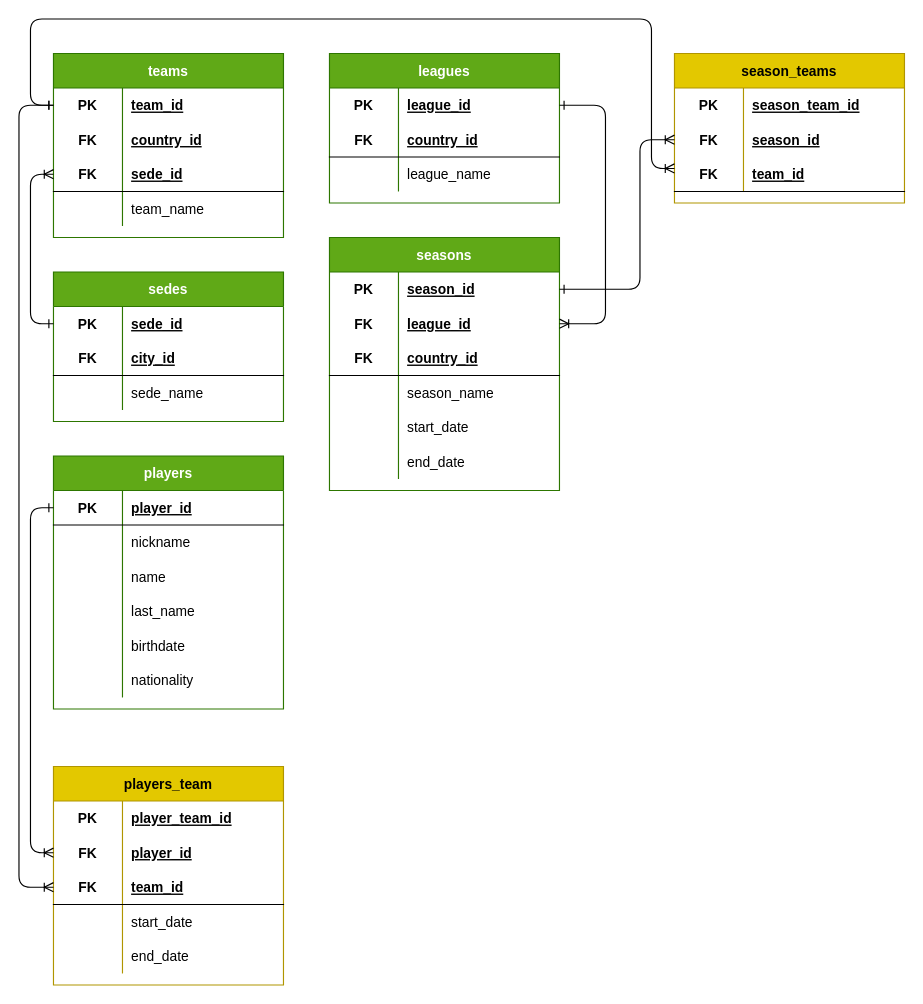
Above: page "model" (2 of 2) of soccer_model.drawio in r3card0/soccer.stats (draw.io), before the change. Source tidied: cells renumbered, new cells numbered last; positions are measured from the earlier drawing's top-left corner, leaving out a move shared by most shapes. Both pictures are drawn from the tidied source at 115%, with x=0, y=0 at pixel (18, 18).
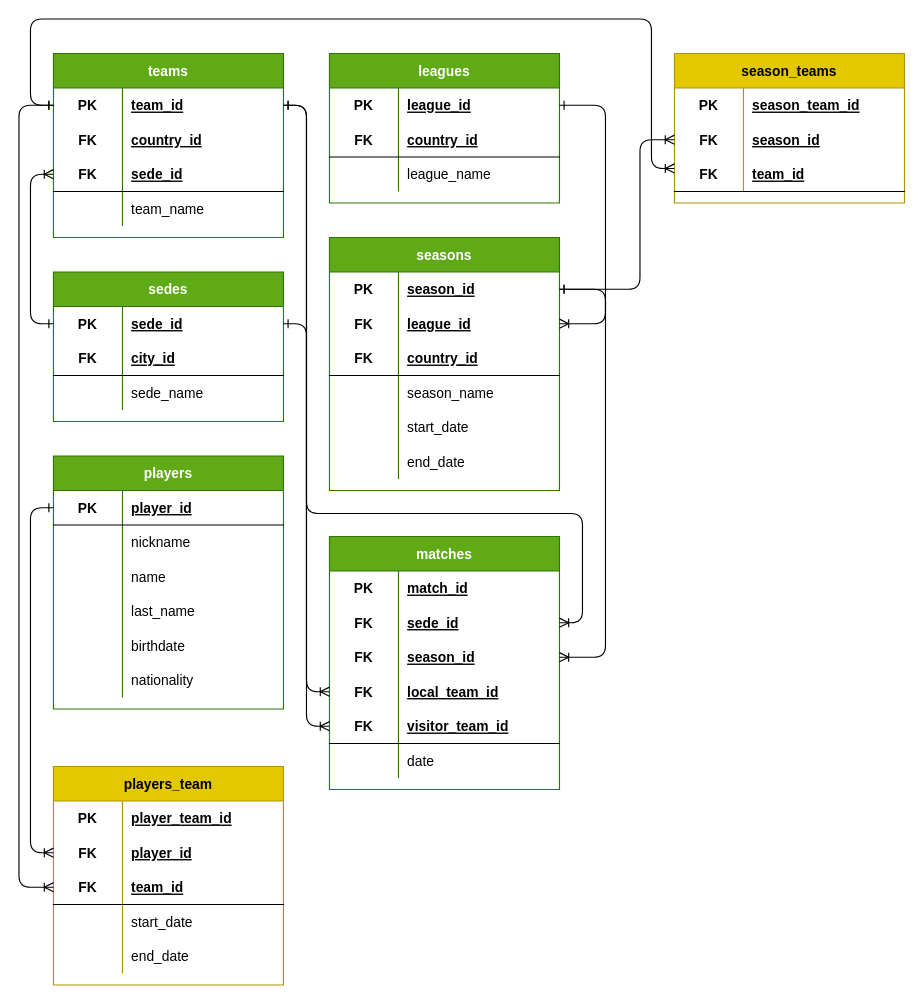
The same diagram, later.

Commit message:
matches model added

Unchanged cells that the change refers to:
```xml
<mxCell id="3" style="shape=partialRectangle;fillColor=none;top=0;left=0;bottom=0;right=0;points=[[0,0.5],[1,0.5]];portConstraint=eastwest;" parent="2" vertex="1">
  <mxGeometry y="30" width="200" height="30" as="geometry" />
</mxCell>
<mxCell id="16" style="shape=partialRectangle;fillColor=none;top=0;left=0;bottom=0;right=0;points=[[0,0.5],[1,0.5]];portConstraint=eastwest;" parent="15" vertex="1">
  <mxGeometry y="30" width="200" height="30" as="geometry" />
</mxCell>
```

Diff of the diagram source:
```diff
@@
+    <mxCell id="105" value="matches" style="shape=table;startSize=30;childLayout=tableLayout;rowLines=0;fontStyle=1;align=center;fillColor=#60a917;fontColor=#ffffff;strokeColor=#2D7600;" parent="1" vertex="1">
+      <mxGeometry x="270" y="450" width="200" height="220" as="geometry" />
+    </mxCell>
+    <mxCell id="106" style="shape=partialRectangle;fillColor=none;top=0;left=0;bottom=0;right=0;" parent="105" vertex="1">
+      <mxGeometry y="30" width="200" height="30" as="geometry" />
+    </mxCell>
+    <mxCell id="107" value="PK" style="shape=partialRectangle;fillColor=none;top=0;left=0;bottom=0;right=0;fontStyle=1;overflow=hidden;" parent="106" vertex="1">
+      <mxGeometry width="60" height="30" as="geometry" />
+    </mxCell>
+    <mxCell id="108" value="match_id" style="shape=partialRectangle;fillColor=none;top=0;left=0;bottom=0;right=0;align=left;spacingLeft=6;fontStyle=5;overflow=hidden;" parent="106" vertex="1">
+      <mxGeometry x="60" width="140" height="30" as="geometry" />
+    </mxCell>
+    <mxCell id="109" style="shape=partialRectangle;fillColor=none;top=0;left=0;bottom=0;right=0;points=[[0,0.5],[1,0.5]];portConstraint=eastwest;" parent="105" vertex="1">
+      <mxGeometry y="60" width="200" height="30" as="geometry" />
+    </mxCell>
+    <mxCell id="110" value="FK" style="shape=partialRectangle;fillColor=none;top=0;left=0;bottom=0;right=0;fontStyle=1;overflow=hidden;" parent="109" vertex="1">
+      <mxGeometry width="60" height="30" as="geometry" />
+    </mxCell>
+    <mxCell id="111" value="sede_id" style="shape=partialRectangle;fillColor=none;top=0;left=0;bottom=0;right=0;align=left;spacingLeft=6;fontStyle=5;overflow=hidden;" parent="109" vertex="1">
+      <mxGeometry x="60" width="140" height="30" as="geometry" />
+    </mxCell>
+    <mxCell id="112" style="shape=partialRectangle;fillColor=none;top=0;left=0;bottom=0;right=0;points=[[0,0.5],[1,0.5]];portConstraint=eastwest;" parent="105" vertex="1">
+      <mxGeometry y="90" width="200" height="30" as="geometry" />
+    </mxCell>
+    <mxCell id="113" value="FK" style="shape=partialRectangle;fillColor=none;top=0;left=0;bottom=0;right=0;fontStyle=1;overflow=hidden;" parent="112" vertex="1">
+      <mxGeometry width="60" height="30" as="geometry" />
+    </mxCell>
+    <mxCell id="114" value="season_id" style="shape=partialRectangle;fillColor=none;top=0;left=0;bottom=0;right=0;align=left;spacingLeft=6;fontStyle=5;overflow=hidden;" parent="112" vertex="1">
+      <mxGeometry x="60" width="140" height="30" as="geometry" />
+    </mxCell>
+    <mxCell id="115" style="shape=partialRectangle;fillColor=none;top=0;left=0;bottom=0;right=0;points=[[0,0.5],[1,0.5]];portConstraint=eastwest;" parent="105" vertex="1">
+      <mxGeometry y="120" width="200" height="30" as="geometry" />
+    </mxCell>
+    <mxCell id="116" value="FK" style="shape=partialRectangle;fillColor=none;top=0;left=0;bottom=0;right=0;fontStyle=1;overflow=hidden;" parent="115" vertex="1">
+      <mxGeometry width="60" height="30" as="geometry" />
+    </mxCell>
+    <mxCell id="117" value="local_team_id" style="shape=partialRectangle;fillColor=none;top=0;left=0;bottom=0;right=0;align=left;spacingLeft=6;fontStyle=5;overflow=hidden;" parent="115" vertex="1">
+      <mxGeometry x="60" width="140" height="30" as="geometry" />
+    </mxCell>
+    <mxCell id="118" style="shape=partialRectangle;fillColor=none;top=0;left=0;bottom=1;right=0;points=[[0,0.5],[1,0.5]];portConstraint=eastwest;" parent="105" vertex="1">
+      <mxGeometry y="150" width="200" height="30" as="geometry" />
+    </mxCell>
+    <mxCell id="119" value="FK" style="shape=partialRectangle;fillColor=none;top=0;left=0;bottom=0;right=0;fontStyle=1;overflow=hidden;" parent="118" vertex="1">
+      <mxGeometry width="60" height="30" as="geometry" />
+    </mxCell>
+    <mxCell id="120" value="visitor_team_id" style="shape=partialRectangle;fillColor=none;top=0;left=0;bottom=0;right=0;align=left;spacingLeft=6;fontStyle=5;overflow=hidden;" parent="118" vertex="1">
+      <mxGeometry x="60" width="140" height="30" as="geometry" />
+    </mxCell>
+    <mxCell id="121" style="shape=partialRectangle;fillColor=none;top=0;left=0;bottom=0;right=0;" parent="105" vertex="1">
+      <mxGeometry y="180" width="200" height="30" as="geometry" />
+    </mxCell>
+    <mxCell id="122" style="shape=partialRectangle;fillColor=none;top=0;left=0;bottom=0;right=0;overflow=hidden;" parent="121" vertex="1">
+      <mxGeometry width="60" height="30" as="geometry" />
+    </mxCell>
+    <mxCell id="123" value="date" style="shape=partialRectangle;fillColor=none;top=0;left=0;bottom=0;right=0;align=left;spacingLeft=6;overflow=hidden;" parent="121" vertex="1">
+      <mxGeometry x="60" width="140" height="30" as="geometry" />
+    </mxCell>
+    <mxCell id="124" style="edgeStyle=none;html=1;startArrow=ERone;startFill=0;endArrow=ERoneToMany;endFill=0;exitX=1;exitY=0.5;exitDx=0;exitDy=0;entryX=1;entryY=0.5;entryDx=0;entryDy=0;" parent="1" edge="1" source="16" target="109">
+      <mxGeometry relative="1" as="geometry">
+        <Array as="points">
+          <mxPoint x="250" y="265" />
+          <mxPoint x="250" y="430" />
+          <mxPoint x="490" y="430" />
+          <mxPoint x="490" y="525" />
+        </Array>
+      </mxGeometry>
+    </mxCell>
+    <mxCell id="125" style="edgeStyle=none;html=1;entryX=1;entryY=0.5;entryDx=0;entryDy=0;startArrow=ERone;startFill=0;endArrow=ERoneToMany;endFill=0;" parent="1" edge="1" target="112">
+      <mxGeometry relative="1" as="geometry">
+        <mxPoint x="470" y="235" as="sourcePoint" />
+        <Array as="points">
+          <mxPoint x="510" y="235" />
+          <mxPoint x="510" y="555" />
+        </Array>
+      </mxGeometry>
+    </mxCell>
+    <mxCell id="126" style="edgeStyle=none;html=1;entryX=0;entryY=0.5;entryDx=0;entryDy=0;startArrow=ERone;startFill=0;endArrow=ERoneToMany;endFill=0;exitX=1;exitY=0.5;exitDx=0;exitDy=0;" parent="1" edge="1" source="3" target="115">
+      <mxGeometry relative="1" as="geometry">
+        <Array as="points">
+          <mxPoint x="250" y="75" />
+          <mxPoint x="250" y="585" />
+        </Array>
+      </mxGeometry>
+    </mxCell>
+    <mxCell id="127" style="edgeStyle=none;html=1;entryX=0;entryY=0.5;entryDx=0;entryDy=0;startArrow=ERone;startFill=0;endArrow=ERoneToMany;endFill=0;exitX=1;exitY=0.5;exitDx=0;exitDy=0;" parent="1" edge="1" source="3" target="118">
+      <mxGeometry relative="1" as="geometry">
+        <Array as="points">
+          <mxPoint x="250" y="75" />
+          <mxPoint x="250" y="615" />
+        </Array>
+      </mxGeometry>
+    </mxCell>
```
